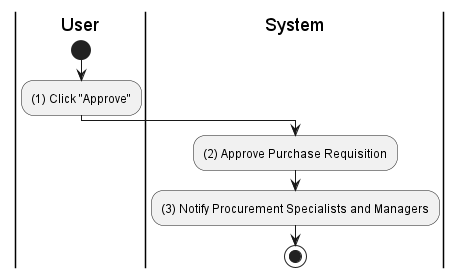
Earlier version of the PlantUML export activities/purchase-requisition-approve.png (phihungha/scmss-reqs). The source it was exported from:
```plantuml
@startuml purchase-requisition-approve
|u|User
|s|System

|u|
start
:(1) Click "Approve";

|s|
:(2) Approve Purchase Requisition;
:(3) Notify Procurement Specialists and Managers;
stop
@enduml
```
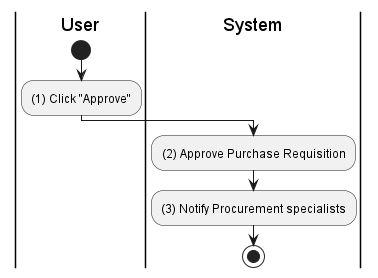
After the commit.

What changed in the source:
```diff
@@ -8,6 +8,6 @@
 
 |s|
 :(2) Approve Purchase Requisition;
-:(3) Notify Procurement Specialists and Managers;
+:(3) Notify Procurement specialists;
 stop
 @enduml
```
